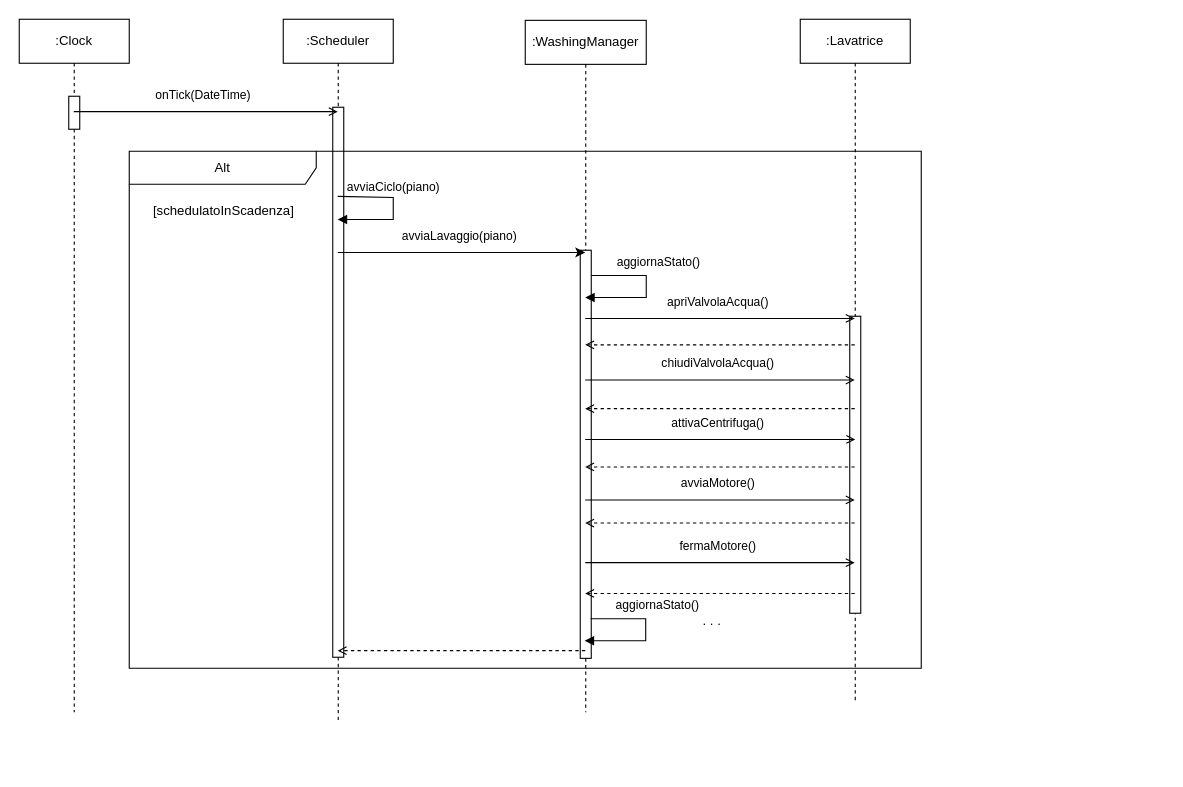
Earlier version of the draw.io diagram content/seq/seqLavaggio.drawio (uni-aca100/ing-proj). Source tidied: cells renumbered, new cells numbered last; positions are measured from the earlier drawing's top-left corner, leaving out a move shared by most shapes. Both pictures are drawn from the tidied source at 110%, with x=0, y=0 at pixel (19, 19).
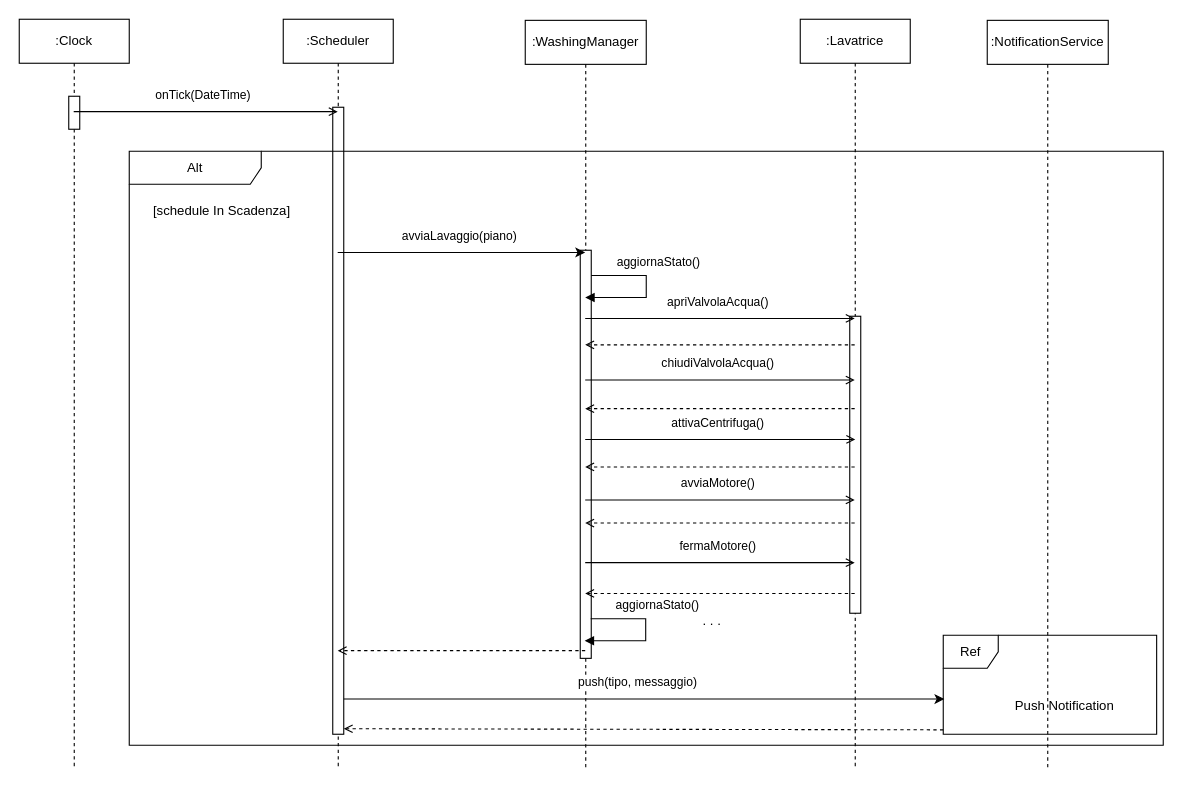
The same diagram, later.

Commit message (it also covers changes not shown here):
add notification to seqLavaggio

The edit, as a diff of the source:
```diff
@@
     <mxCell id="2" value=":Clock" style="shape=umlLifeline;perimeter=lifelinePerimeter;whiteSpace=wrap;html=1;newEdgeStyle={&quot;curved&quot;:0,&quot;rounded&quot;:0};" parent="1" vertex="1">
-      <mxGeometry width="100" height="630" as="geometry" />
+      <mxGeometry width="100" height="680" as="geometry" />
     </mxCell>
@@
     <mxCell id="4" value=":Scheduler" style="shape=umlLifeline;perimeter=lifelinePerimeter;whiteSpace=wrap;html=1;newEdgeStyle={&quot;curved&quot;:0,&quot;rounded&quot;:0};" parent="1" vertex="1">
-      <mxGeometry x="240" width="100" height="640" as="geometry" />
+      <mxGeometry x="240" width="100" height="680" as="geometry" />
     </mxCell>
     <mxCell id="5" style="html=1;perimeter=orthogonalPerimeter;targetShapes=umlLifeline;newEdgeStyle={&quot;curved&quot;:0,&quot;rounded&quot;:0};" parent="4" vertex="1">
-      <mxGeometry x="45" y="80" width="10" height="500" as="geometry" />
+      <mxGeometry x="45" y="80" width="10" height="570" as="geometry" />
     </mxCell>
     <mxCell id="6" value=":WashingManager" style="shape=umlLifeline;perimeter=lifelinePerimeter;whiteSpace=wrap;html=1;newEdgeStyle={&quot;curved&quot;:0,&quot;rounded&quot;:0};" parent="1" vertex="1">
-      <mxGeometry x="460" y="1" width="110" height="629" as="geometry" />
+      <mxGeometry x="460" y="1" width="110" height="679" as="geometry" />
     </mxCell>
@@
     <mxCell id="8" value=":Lavatrice" style="shape=umlLifeline;perimeter=lifelinePerimeter;whiteSpace=wrap;html=1;newEdgeStyle={&quot;curved&quot;:0,&quot;rounded&quot;:0};" parent="1" vertex="1">
-      <mxGeometry x="710" width="100" height="620" as="geometry" />
+      <mxGeometry x="710" width="100" height="680" as="geometry" />
     </mxCell>
@@
-    <mxCell id="11" value="Alt" style="shape=umlFrame;whiteSpace=wrap;html=1;width=170;" parent="1" vertex="1">
-      <mxGeometry x="100" y="120" width="720" height="470" as="geometry" />
+    <mxCell id="11" value="Alt" style="shape=umlFrame;whiteSpace=wrap;html=1;width=120;height=30;" parent="1" vertex="1">
+      <mxGeometry x="100" y="120" width="940" height="540" as="geometry" />
     </mxCell>
-    <mxCell id="12" value="[schedulatoInScadenza]" style="text;html=1;" parent="11" vertex="1">
+    <mxCell id="12" value="[schedule In Scadenza]" style="text;html=1;" parent="11" vertex="1">
       <mxGeometry width="100" height="20" relative="1" as="geometry">
         <mxPoint x="20" y="40" as="offset" />
       </mxGeometry>
     </mxCell>
@@
-    <mxCell id="14" style="html=1;verticalAlign=bottom;labelBackgroundColor=none;endArrow=block;endFill=1;rounded=0;" parent="1" edge="1">
-      <mxGeometry relative="1" as="geometry">
-        <mxPoint x="289.5" y="161" as="sourcePoint" />
-        <mxPoint x="289.5" y="182" as="targetPoint" />
-        <Array as="points">
-          <mxPoint x="340" y="162" />
-          <mxPoint x="340" y="182" />
-        </Array>
-      </mxGeometry>
-    </mxCell>
-    <mxCell id="15" value="avviaCiclo(piano)" style="edgeLabel;html=1;align=center;verticalAlign=middle;" parent="14" vertex="1">
-      <mxGeometry x="-0.03" y="-2" relative="1" as="geometry">
-        <mxPoint x="1" y="-18" as="offset" />
-      </mxGeometry>
-    </mxCell>
+    <mxCell id="39" value="Ref" style="shape=umlFrame;whiteSpace=wrap;html=1;width=50;" parent="11" vertex="1">
+      <mxGeometry x="740" y="440" width="194" height="90" as="geometry" />
+    </mxCell>
+    <mxCell id="40" value="Push Notification" style="text;align=center;html=1;" parent="39" vertex="1">
+      <mxGeometry width="100" height="20" relative="1" as="geometry">
+        <mxPoint x="60" y="50" as="offset" />
+      </mxGeometry>
+    </mxCell>
@@
+    <mxCell id="41" value=":NotificationService" style="shape=umlLifeline;perimeter=lifelinePerimeter;whiteSpace=wrap;html=1;newEdgeStyle={&quot;curved&quot;:0,&quot;rounded&quot;:0};" parent="1" vertex="1">
+      <mxGeometry x="880" y="1" width="110" height="679" as="geometry" />
+    </mxCell>
+    <mxCell id="42" style="html=1;verticalAlign=bottom;labelBackgroundColor=none;endArrow=classic;endFill=1;rounded=0;entryX=0.005;entryY=0.522;entryDx=0;entryDy=0;entryPerimeter=0;" parent="1" edge="1">
+      <mxGeometry relative="1" as="geometry">
+        <mxPoint x="295" y="618" as="sourcePoint" />
+        <mxPoint x="841" y="618" as="targetPoint" />
+      </mxGeometry>
+    </mxCell>
+    <mxCell id="43" value="push(tipo, messaggio)" style="edgeLabel;html=1;align=center;verticalAlign=middle;" parent="42" vertex="1">
+      <mxGeometry x="-0.03" y="-2" relative="1" as="geometry">
+        <mxPoint x="1" y="-18" as="offset" />
+      </mxGeometry>
+    </mxCell>
+    <mxCell id="44" style="html=1;verticalAlign=bottom;labelBackgroundColor=none;endArrow=open;endFill=0;dashed=1;rounded=0;entryX=1;entryY=1;entryDx=0;entryDy=-5;entryPerimeter=0;exitX=0;exitY=0.733;exitDx=0;exitDy=0;exitPerimeter=0;" parent="1" edge="1">
+      <mxGeometry relative="1" as="geometry">
+        <mxPoint x="840" y="646" as="sourcePoint" />
+        <mxPoint x="295" y="645" as="targetPoint" />
+      </mxGeometry>
+    </mxCell>
```
